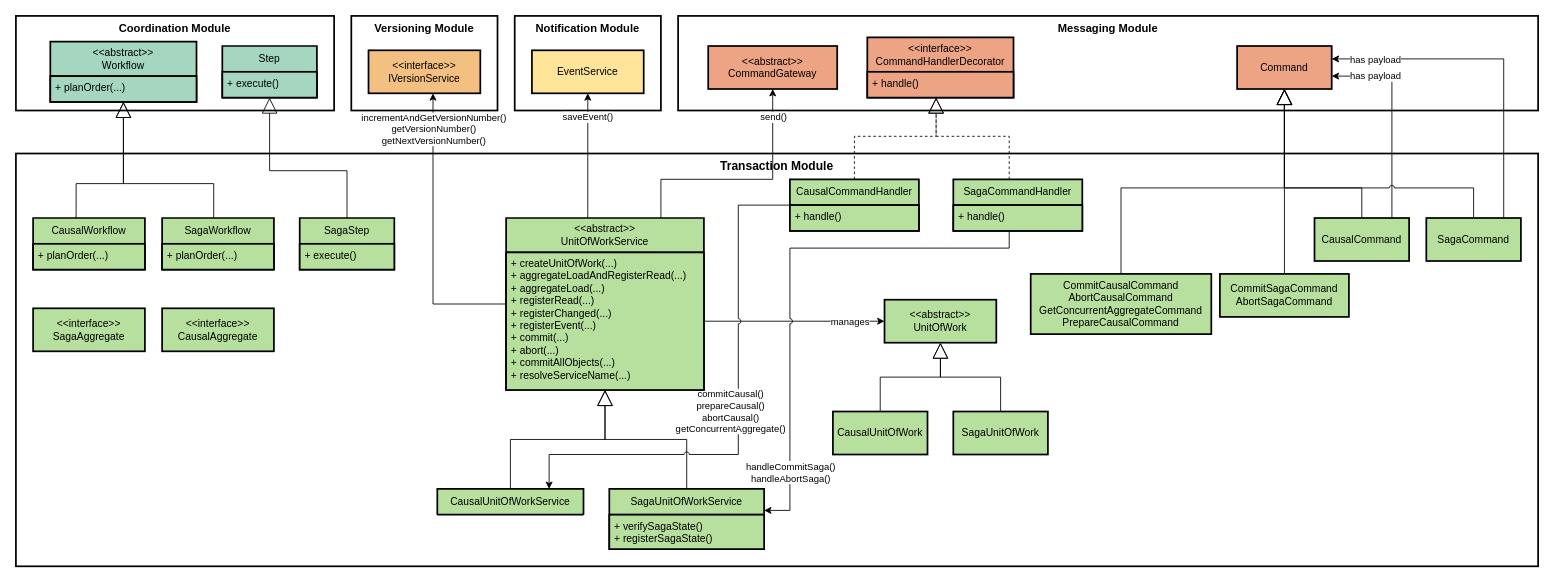
The draw.io diagram data/figs/architecture/layers/layers_transaction_v2.drawio in socialsoftware/microservices-simulator, before the edit. Source tidied: cells renumbered, new cells numbered last; positions are measured from the earlier drawing's top-left corner, leaving out a move shared by most shapes. Both pictures are drawn from the tidied source at 86%, with x=0, y=0 at pixel (15, 15).
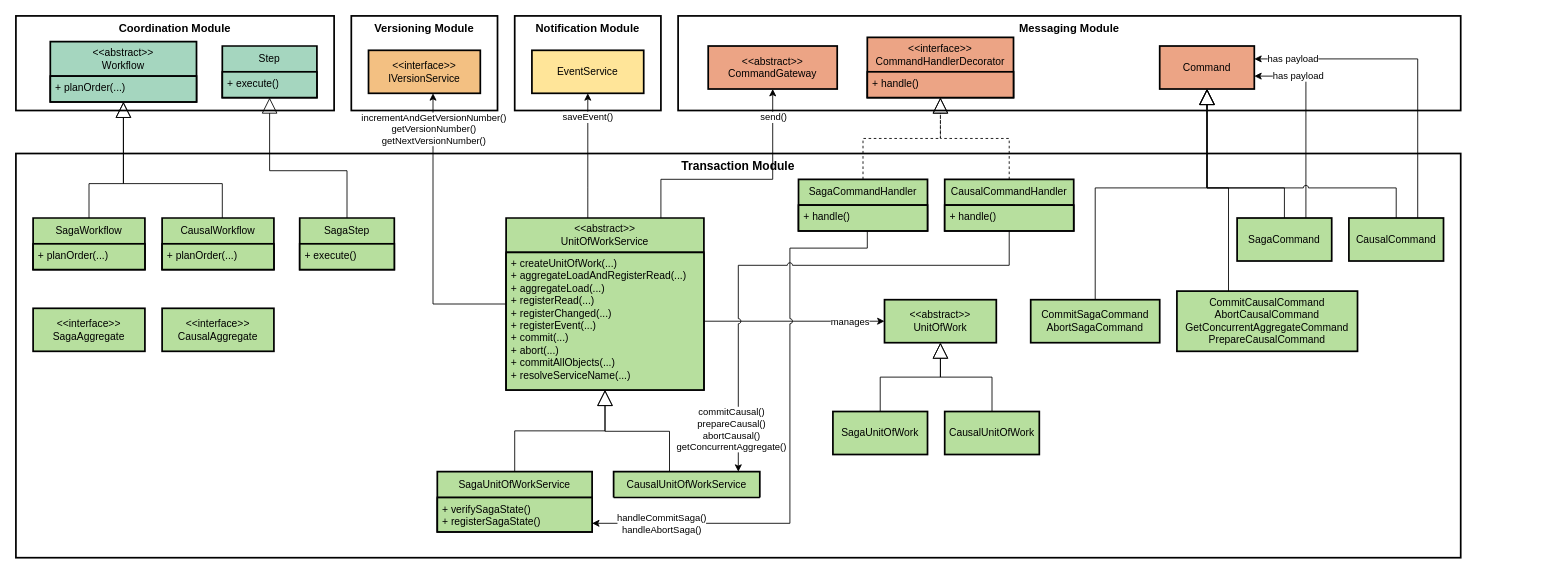
Above is the later version.

Unchanged cells that the change refers to:
```xml
<mxCell id="42" value="&amp;lt;&amp;lt;abstract&amp;gt;&amp;gt;&lt;div&gt;UnitOfWorkService&lt;/div&gt;" style="swimlane;fontStyle=0;horizontal=1;startSize=40;whiteSpace=wrap;html=1;strokeWidth=2;fillColor=#B7DF9E;strokeColor=default;" parent="1" vertex="1">
  <mxGeometry x="570" y="235" width="230" height="200" as="geometry" />
</mxCell>
<mxCell id="60" value="&amp;lt;&amp;lt;abstract&amp;gt;&amp;gt;&lt;br style=&quot;padding: 0px; margin: 0px;&quot;&gt;Workflow" style="swimlane;fontStyle=0;horizontal=1;startSize=40;whiteSpace=wrap;html=1;strokeWidth=2;fillColor=#A5D6BF;strokeColor=default;" parent="1" vertex="1">
  <mxGeometry x="40" y="30" width="170" height="70" as="geometry" />
</mxCell>
<mxCell id="66" value="&amp;lt;&amp;lt;interface&amp;gt;&amp;gt;&lt;br style=&quot;padding: 0px; margin: 0px;&quot;&gt;CommandHandlerDecorator" style="swimlane;fontStyle=0;horizontal=1;startSize=40;whiteSpace=wrap;html=1;strokeWidth=2;fillColor=#ECA485;strokeColor=default;" parent="1" vertex="1">
  <mxGeometry x="990" y="25" width="170" height="70" as="geometry" />
</mxCell>
```

What changed in the source:
```diff
@@
     <mxCell id="3" value="Messaging Module" style="whiteSpace=wrap;strokeWidth=2;verticalAlign=top;fontSize=13;fontStyle=1;" parent="1" vertex="1">
-      <mxGeometry x="770" width="1000" height="110" as="geometry" />
+      <mxGeometry x="770" width="910" height="110" as="geometry" />
     </mxCell>
     <mxCell id="4" value="Transaction Module" style="whiteSpace=wrap;strokeWidth=2;verticalAlign=top;fontSize=14;fontStyle=1;" parent="1" vertex="1">
-      <mxGeometry y="160" width="1770" height="480" as="geometry" />
+      <mxGeometry y="160" width="1680" height="470" as="geometry" />
     </mxCell>
@@
     <mxCell id="7" value="SagaUnitOfWork" style="whiteSpace=wrap;strokeWidth=2;fillColor=#B7DF9E;strokeColor=#000000;" parent="1" vertex="1">
-      <mxGeometry x="1090" y="460" width="110" height="50" as="geometry" />
+      <mxGeometry x="950" y="460" width="110" height="50" as="geometry" />
     </mxCell>
@@
     <mxCell id="9" value="SagaCommand" style="whiteSpace=wrap;strokeWidth=2;fillColor=#B7DF9E;strokeColor=#000000;" parent="1" vertex="1">
-      <mxGeometry x="1640" y="235" width="110" height="50" as="geometry" />
+      <mxGeometry x="1420" y="235" width="110" height="50" as="geometry" />
     </mxCell>
     <mxCell id="10" value="CausalUnitOfWork" style="whiteSpace=wrap;strokeWidth=2;fillColor=#B7DF9E;strokeColor=#000000;" parent="1" vertex="1">
-      <mxGeometry x="950" y="460" width="110" height="50" as="geometry" />
+      <mxGeometry x="1080" y="460" width="110" height="50" as="geometry" />
     </mxCell>
@@
     <mxCell id="12" value="CausalCommand" style="whiteSpace=wrap;strokeWidth=2;fillColor=#B7DF9E;strokeColor=#000000;" parent="1" vertex="1">
-      <mxGeometry x="1510" y="235" width="110" height="50" as="geometry" />
+      <mxGeometry x="1550" y="235" width="110" height="50" as="geometry" />
     </mxCell>
@@
     <mxCell id="17" style="startArrow=none;endArrow=block;rounded=0;endFill=0;edgeStyle=orthogonalEdgeStyle;jumpStyle=arc;curved=0;endSize=16;strokeWidth=1;dashed=1;" parent="1" edge="1" source="54" target="66">
-      <mxGeometry relative="1" as="geometry">
-        <Array as="points">
-          <mxPoint x="1155" y="140" />
-          <mxPoint x="1070" y="140" />
-        </Array>
-      </mxGeometry>
+      <mxGeometry relative="1" as="geometry" />
     </mxCell>
     <mxCell id="18" style="startArrow=none;endArrow=block;rounded=0;endFill=0;edgeStyle=orthogonalEdgeStyle;jumpStyle=arc;curved=0;endSize=16;strokeWidth=1;flowAnimation=0;" parent="1" edge="1" source="56" target="60">
       <mxGeometry relative="1" as="geometry">
         <Array as="points">
-          <mxPoint x="230" y="195" />
+          <mxPoint x="85" y="195" />
           <mxPoint x="125" y="195" />
         </Array>
       </mxGeometry>
     </mxCell>
@@
     <mxCell id="20" style="startArrow=none;endArrow=classic;rounded=0;endFill=1;edgeStyle=orthogonalEdgeStyle;jumpStyle=arc;curved=0;strokeWidth=1;" parent="1" edge="1" source="54" target="68">
       <mxGeometry relative="1" as="geometry">
         <Array as="points">
-          <mxPoint x="1155" y="270" />
+          <mxPoint x="990" y="270" />
           <mxPoint x="900" y="270" />
-          <mxPoint x="900" y="575" />
+          <mxPoint x="900" y="590" />
         </Array>
       </mxGeometry>
     </mxCell>
     <mxCell id="21" value="handleCommitSaga()&lt;div&gt;handleAbortSaga()&lt;/div&gt;" style="edgeLabel;html=1;align=center;verticalAlign=middle;" parent="20" vertex="1">
       <mxGeometry relative="1" as="geometry">
-        <mxPoint y="230" as="offset" />
+        <mxPoint x="-150" y="100" as="offset" />
       </mxGeometry>
     </mxCell>
     <mxCell id="22" style="startArrow=none;endArrow=block;rounded=0;endFill=0;edgeStyle=orthogonalEdgeStyle;jumpStyle=arc;curved=0;endSize=16;strokeWidth=1;" parent="1" edge="1" source="50" target="42">
-      <mxGeometry relative="1" as="geometry" />
+      <mxGeometry relative="1" as="geometry">
+        <Array as="points">
+          <mxPoint x="760" y="483" />
+          <mxPoint x="685" y="483" />
+        </Array>
+      </mxGeometry>
     </mxCell>
@@
     <mxCell id="24" style="startArrow=none;endArrow=block;rounded=0;endFill=0;edgeStyle=orthogonalEdgeStyle;jumpStyle=arc;curved=0;endSize=16;strokeWidth=1;dashed=1;" parent="1" edge="1" source="52" target="66">
-      <mxGeometry relative="1" as="geometry">
-        <Array as="points">
-          <mxPoint x="975" y="140" />
-          <mxPoint x="1070" y="140" />
-        </Array>
-      </mxGeometry>
+      <mxGeometry relative="1" as="geometry" />
     </mxCell>
     <mxCell id="25" style="startArrow=none;endArrow=block;rounded=0;endFill=0;edgeStyle=orthogonalEdgeStyle;jumpStyle=arc;curved=0;endSize=16;strokeWidth=1;flowAnimation=0;" parent="1" edge="1" source="58" target="60">
       <mxGeometry relative="1" as="geometry">
         <Array as="points">
-          <mxPoint x="70" y="195" />
+          <mxPoint x="240" y="195" />
           <mxPoint x="125" y="195" />
         </Array>
       </mxGeometry>
     </mxCell>
     <mxCell id="26" style="startArrow=none;endArrow=classic;rounded=0;endFill=1;edgeStyle=orthogonalEdgeStyle;jumpStyle=arc;curved=0;strokeWidth=1;" parent="1" edge="1" source="52" target="50">
       <mxGeometry relative="1" as="geometry">
         <Array as="points">
-          <mxPoint x="840" y="220" />
-          <mxPoint x="840" y="510" />
-          <mxPoint x="620" y="510" />
+          <mxPoint x="1155" y="290" />
+          <mxPoint x="840" y="290" />
         </Array>
       </mxGeometry>
     </mxCell>
     <mxCell id="27" value="commitCausal()&lt;div&gt;prepareCausal()&lt;/div&gt;&lt;div&gt;abortCausal()&lt;/div&gt;&lt;div&gt;getConcurrentAggregate()&lt;/div&gt;" style="edgeLabel;html=1;align=center;verticalAlign=middle;labelBackgroundColor=default;" parent="26" vertex="1">
       <mxGeometry x="-0.01" y="2" relative="1" as="geometry">
-        <mxPoint x="-12" y="-3" as="offset" />
+        <mxPoint x="-69" y="188" as="offset" />
       </mxGeometry>
     </mxCell>
@@
     <mxCell id="31" value="Command" style="whiteSpace=wrap;strokeWidth=2;fillColor=#ECA485;strokeColor=#000000;" parent="1" vertex="1">
-      <mxGeometry x="1420" y="35" width="110" height="50" as="geometry" />
+      <mxGeometry x="1330" y="35" width="110" height="50" as="geometry" />
     </mxCell>
     <mxCell id="32" style="edgeStyle=orthogonalEdgeStyle;rounded=0;jettySize=auto;html=1;strokeWidth=1;jumpStyle=arc;curved=0;" parent="1" edge="1" source="12" target="31">
       <mxGeometry relative="1" as="geometry">
         <Array as="points">
-          <mxPoint x="1600" y="70" />
+          <mxPoint x="1630" y="50" />
         </Array>
       </mxGeometry>
     </mxCell>
-    <mxCell id="33" value="has&amp;nbsp;&lt;span style=&quot;background-color: light-dark(#ffffff, var(--ge-dark-color, #121212)); color: light-dark(rgb(0, 0, 0), rgb(255, 255, 255));&quot;&gt;payload&lt;/span&gt;" style="edgeLabel;html=1;align=center;verticalAlign=middle;" parent="32" vertex="1">
+    <mxCell id="33" value="has&amp;nbsp;&lt;span style=&quot;color: light-dark(rgb(0, 0, 0), rgb(255, 255, 255));&quot;&gt;payload&lt;/span&gt;" style="edgeLabel;html=1;align=center;verticalAlign=middle;labelBackgroundColor=default;" parent="32" vertex="1">
       <mxGeometry relative="1" as="geometry">
-        <mxPoint x="-20" y="-47" as="offset" />
+        <mxPoint x="-143" y="-1" as="offset" />
       </mxGeometry>
     </mxCell>
+    <mxCell id="36" style="edgeStyle=orthogonalEdgeStyle;rounded=0;jettySize=auto;html=1;strokeWidth=1;jumpStyle=arc;curved=0;" parent="1" edge="1" source="9" target="31">
+      <mxGeometry relative="1" as="geometry">
+        <Array as="points">
+          <mxPoint x="1500" y="70" />
+        </Array>
+      </mxGeometry>
+    </mxCell>
+    <mxCell id="37" value="has&amp;nbsp;&lt;span style=&quot;background-color: light-dark(#ffffff, var(--ge-dark-color, #121212)); color: light-dark(rgb(0, 0, 0), rgb(255, 255, 255));&quot;&gt;payload&lt;/span&gt;" style="edgeLabel;html=1;align=center;verticalAlign=middle;" parent="36" vertex="1">
+      <mxGeometry relative="1" as="geometry">
+        <mxPoint x="-10" y="-53" as="offset" />
+      </mxGeometry>
+    </mxCell>
@@
-    <mxCell id="36" style="edgeStyle=orthogonalEdgeStyle;rounded=0;jettySize=auto;html=1;strokeWidth=1;jumpStyle=arc;curved=0;" parent="1" edge="1" source="9" target="31">
-      <mxGeometry relative="1" as="geometry">
-        <Array as="points">
-          <mxPoint x="1730" y="50" />
-        </Array>
-      </mxGeometry>
-    </mxCell>
-    <mxCell id="37" value="has&amp;nbsp;&lt;span style=&quot;background-color: light-dark(#ffffff, var(--ge-dark-color, #121212)); color: light-dark(rgb(0, 0, 0), rgb(255, 255, 255));&quot;&gt;payload&lt;/span&gt;" style="edgeLabel;html=1;align=center;verticalAlign=middle;" parent="36" vertex="1">
-      <mxGeometry relative="1" as="geometry">
-        <mxPoint x="-142" as="offset" />
-      </mxGeometry>
-    </mxCell>
@@
     <mxCell id="44" style="edgeStyle=orthogonalEdgeStyle;rounded=0;jettySize=auto;html=1;endArrow=block;endFill=0;endSize=16;curved=0;jumpStyle=arc;" parent="1" edge="1" source="45" target="31">
       <mxGeometry relative="1" as="geometry">
         <Array as="points">
-          <mxPoint x="1475" y="150" />
-          <mxPoint x="1475" y="150" />
+          <mxPoint x="1255" y="200" />
+          <mxPoint x="1385" y="200" />
         </Array>
       </mxGeometry>
     </mxCell>
     <mxCell id="45" value="CommitSagaCommand&#10;AbortSagaCommand" style="whiteSpace=wrap;strokeWidth=2;fillColor=#B7DF9E;strokeColor=#000000;" parent="1" vertex="1">
-      <mxGeometry x="1400" y="300" width="150" height="50" as="geometry" />
+      <mxGeometry x="1180" y="330" width="150" height="50" as="geometry" />
     </mxCell>
     <mxCell id="46" style="edgeStyle=orthogonalEdgeStyle;rounded=0;jettySize=auto;html=1;endArrow=block;endFill=0;endSize=16;curved=0;jumpStyle=arc;" parent="1" edge="1" source="47" target="31">
       <mxGeometry relative="1" as="geometry">
         <Array as="points">
-          <mxPoint x="1285" y="200" />
-          <mxPoint x="1475" y="200" />
+          <mxPoint x="1410" y="200" />
+          <mxPoint x="1385" y="200" />
         </Array>
       </mxGeometry>
     </mxCell>
     <mxCell id="47" value="CommitCausalCommand&#10;AbortCausalCommand&#10;GetConcurrentAggregateCommand&#10;PrepareCausalCommand" style="whiteSpace=wrap;strokeWidth=2;fillColor=#B7DF9E;strokeColor=#000000;" parent="1" vertex="1">
-      <mxGeometry x="1180" y="300" width="210" height="70" as="geometry" />
+      <mxGeometry x="1350" y="320" width="210" height="70" as="geometry" />
     </mxCell>
     <mxCell id="48" style="edgeStyle=orthogonalEdgeStyle;rounded=0;jettySize=auto;html=1;endArrow=block;endFill=0;endSize=16;curved=0;jumpStyle=arc;" parent="1" edge="1" source="9" target="31">
       <mxGeometry relative="1" as="geometry">
         <Array as="points">
-          <mxPoint x="1695" y="200" />
           <mxPoint x="1475" y="200" />
+          <mxPoint x="1385" y="200" />
         </Array>
       </mxGeometry>
     </mxCell>
     <mxCell id="49" style="edgeStyle=orthogonalEdgeStyle;rounded=0;jettySize=auto;html=1;endArrow=block;endFill=0;endSize=16;curved=0;jumpStyle=arc;" parent="1" edge="1" source="12" target="31">
       <mxGeometry relative="1" as="geometry">
         <Array as="points">
-          <mxPoint x="1565" y="200" />
-          <mxPoint x="1475" y="200" />
+          <mxPoint x="1605" y="200" />
+          <mxPoint x="1385" y="200" />
         </Array>
       </mxGeometry>
     </mxCell>
     <mxCell id="50" value="CausalUnitOfWorkService" style="swimlane;fontStyle=0;horizontal=1;startSize=30;whiteSpace=wrap;html=1;strokeWidth=2;fillColor=#B7DF9E;strokeColor=default;" parent="1" vertex="1">
-      <mxGeometry x="490" y="550" width="170" height="30" as="geometry" />
+      <mxGeometry x="695" y="530" width="170" height="30" as="geometry" />
     </mxCell>
@@
-    <mxCell id="52" value="CausalCommandHandler" style="swimlane;fontStyle=0;horizontal=1;startSize=30;whiteSpace=wrap;html=1;strokeWidth=2;fillColor=#B7DF9E;strokeColor=default;" parent="1" vertex="1">
-      <mxGeometry x="900" y="190" width="150" height="60" as="geometry" />
+    <mxCell id="52" value="CausalCommandHandler" style="swimlane;fontStyle=0;horizontal=1;startSize=30;whiteSpace=wrap;html=1;strokeWidth=2;fillColor=#B7DF9E;strokeColor=default;flipH=0;legacyAnchorPoints=0;" parent="1" vertex="1">
+      <mxGeometry x="1080" y="190" width="150" height="60" as="geometry" />
     </mxCell>
@@
-    <mxCell id="54" value="SagaCommandHandler" style="swimlane;fontStyle=0;horizontal=1;startSize=30;whiteSpace=wrap;html=1;strokeWidth=2;fillColor=#B7DF9E;strokeColor=default;" parent="1" vertex="1">
-      <mxGeometry x="1090" y="190" width="150" height="60" as="geometry" />
+    <mxCell id="54" value="SagaCommandHandler" style="swimlane;fontStyle=0;horizontal=1;startSize=30;whiteSpace=wrap;html=1;strokeWidth=2;fillColor=#B7DF9E;strokeColor=default;flipH=0;legacyAnchorPoints=0;" parent="1" vertex="1">
+      <mxGeometry x="910" y="190" width="150" height="60" as="geometry" />
     </mxCell>
@@
     <mxCell id="56" value="SagaWorkflow" style="swimlane;fontStyle=0;horizontal=1;startSize=30;whiteSpace=wrap;html=1;strokeWidth=2;fillColor=#B7DF9E;strokeColor=default;" parent="1" vertex="1">
-      <mxGeometry x="170" y="235" width="130" height="60" as="geometry" />
+      <mxGeometry x="20" y="235" width="130" height="60" as="geometry" />
     </mxCell>
@@
     <mxCell id="58" value="CausalWorkflow" style="swimlane;fontStyle=0;horizontal=1;startSize=30;whiteSpace=wrap;html=1;strokeWidth=2;fillColor=#B7DF9E;strokeColor=default;" parent="1" vertex="1">
-      <mxGeometry x="20" y="235" width="130" height="60" as="geometry" />
+      <mxGeometry x="170" y="235" width="130" height="60" as="geometry" />
     </mxCell>
@@
     <mxCell id="68" value="SagaUnitOfWorkService" style="swimlane;fontStyle=0;horizontal=1;startSize=30;whiteSpace=wrap;html=1;strokeWidth=2;fillColor=#B7DF9E;strokeColor=default;" parent="1" vertex="1">
-      <mxGeometry x="690" y="550" width="180" height="70" as="geometry" />
+      <mxGeometry x="490" y="530" width="180" height="70" as="geometry" />
     </mxCell>
```
